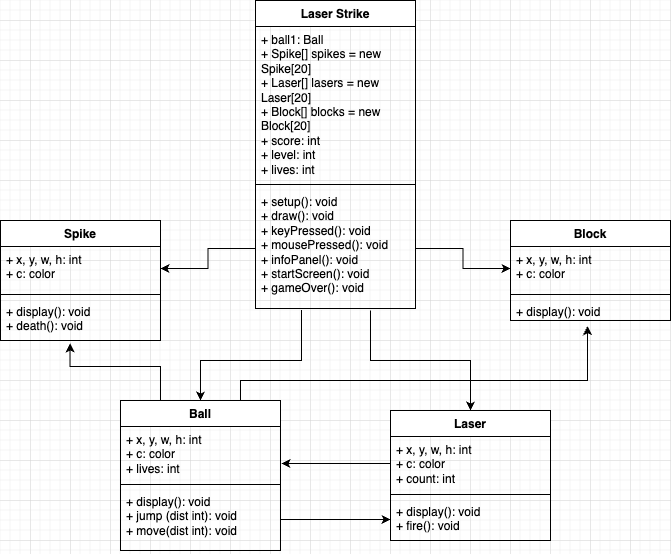
Before: images/LaserStrike.drawio.png, a diagram exported from draw.io (olmpyia/GroupProject). Source tidied: cells renumbered, new cells last; positions are measured from the earlier drawing's top-left corner, leaving out a move shared by most shapes. Source of this version:
```xml
<mxGraphModel>
  <root>
    <mxCell id="0" />
    <mxCell id="1" parent="0" />
    <mxCell id="2" value="Laser Strike" style="swimlane;fontStyle=1;align=center;verticalAlign=top;horizontal=1;startSize=26;whiteSpace=wrap;html=1;" parent="1" vertex="1">
      <mxGeometry x="255" width="160" height="308" as="geometry" />
    </mxCell>
    <mxCell id="3" value="+ ball1: Ball&lt;br&gt;+ Spike[] spikes = new Spike[20]&lt;br&gt;+ Laser[] lasers = new Laser[20]&lt;br&gt;+ Block[] blocks = new Block[20]&lt;br&gt;+ score: int&lt;br&gt;+ level: int&lt;br&gt;+ lives: int" style="text;strokeColor=none;fillColor=none;align=left;verticalAlign=top;spacingLeft=4;spacingRight=4;overflow=hidden;whiteSpace=wrap;html=1;" parent="2" vertex="1">
      <mxGeometry y="26" width="160" height="154" as="geometry" />
    </mxCell>
    <mxCell id="4" style="line;strokeWidth=1;fillColor=none;align=left;verticalAlign=middle;spacingTop=-1;spacingLeft=3;spacingRight=3;labelPosition=right;strokeColor=inherit;" parent="2" vertex="1">
      <mxGeometry y="180" width="160" height="8" as="geometry" />
    </mxCell>
    <mxCell id="5" value="+ setup(): void&lt;br&gt;+ draw(): void&lt;br&gt;+ keyPressed(): void&lt;br&gt;+ mousePressed(): void&lt;br&gt;+ infoPanel(): void&lt;br&gt;+ startScreen(): void&lt;br&gt;+ gameOver(): void" style="text;strokeColor=none;fillColor=none;align=left;verticalAlign=top;spacingLeft=4;spacingRight=4;overflow=hidden;points=[[0,0.5],[1,0.5]];portConstraint=eastwest;whiteSpace=wrap;html=1;" parent="2" vertex="1">
      <mxGeometry y="188" width="160" height="120" as="geometry" />
    </mxCell>
    <mxCell id="6" value="Ball" style="swimlane;fontStyle=1;align=center;verticalAlign=top;horizontal=1;startSize=26;whiteSpace=wrap;html=1;" parent="1" vertex="1">
      <mxGeometry x="120" y="400" width="160" height="150" as="geometry" />
    </mxCell>
    <mxCell id="7" value="+ x, y, w, h: int&lt;br&gt;+ c: color&lt;br&gt;+ lives: int" style="text;strokeColor=none;fillColor=none;align=left;verticalAlign=top;spacingLeft=4;spacingRight=4;overflow=hidden;points=[[0,0.5],[1,0.5]];portConstraint=eastwest;whiteSpace=wrap;html=1;" parent="6" vertex="1">
      <mxGeometry y="26" width="160" height="54" as="geometry" />
    </mxCell>
    <mxCell id="8" style="line;strokeWidth=1;fillColor=none;align=left;verticalAlign=middle;spacingTop=-1;spacingLeft=3;spacingRight=3;labelPosition=right;strokeColor=inherit;" parent="6" vertex="1">
      <mxGeometry y="80" width="160" height="8" as="geometry" />
    </mxCell>
    <mxCell id="9" value="+ display(): void&lt;br&gt;+ jump (dist int): void&lt;br&gt;+ move(dist int): void" style="text;strokeColor=none;fillColor=none;align=left;verticalAlign=top;spacingLeft=4;spacingRight=4;overflow=hidden;points=[[0,0.5],[1,0.5]];portConstraint=eastwest;whiteSpace=wrap;html=1;" parent="6" vertex="1">
      <mxGeometry y="88" width="160" height="62" as="geometry" />
    </mxCell>
    <mxCell id="10" value="Spike" style="swimlane;fontStyle=1;align=center;verticalAlign=top;horizontal=1;startSize=26;whiteSpace=wrap;html=1;" parent="1" vertex="1">
      <mxGeometry y="220" width="160" height="120" as="geometry" />
    </mxCell>
    <mxCell id="11" value="+ x, y, w, h: int&lt;br&gt;+ c: color" style="text;strokeColor=none;fillColor=none;align=left;verticalAlign=top;spacingLeft=4;spacingRight=4;overflow=hidden;points=[[0,0.5],[1,0.5]];portConstraint=eastwest;whiteSpace=wrap;html=1;" parent="10" vertex="1">
      <mxGeometry y="26" width="160" height="44" as="geometry" />
    </mxCell>
    <mxCell id="12" style="line;strokeWidth=1;fillColor=none;align=left;verticalAlign=middle;spacingTop=-1;spacingLeft=3;spacingRight=3;labelPosition=right;strokeColor=inherit;" parent="10" vertex="1">
      <mxGeometry y="70" width="160" height="8" as="geometry" />
    </mxCell>
    <mxCell id="13" value="+ display(): void&lt;br&gt;+ death(): void" style="text;strokeColor=none;fillColor=none;align=left;verticalAlign=top;spacingLeft=4;spacingRight=4;overflow=hidden;points=[[0,0.5],[1,0.5]];portConstraint=eastwest;whiteSpace=wrap;html=1;" parent="10" vertex="1">
      <mxGeometry y="78" width="160" height="42" as="geometry" />
    </mxCell>
    <mxCell id="14" value="Laser" style="swimlane;fontStyle=1;align=center;verticalAlign=top;horizontal=1;startSize=26;whiteSpace=wrap;html=1;" parent="1" vertex="1">
      <mxGeometry x="390" y="410" width="160" height="130" as="geometry" />
    </mxCell>
    <mxCell id="15" value="+ x, y, w, h: int&lt;br&gt;+ c: color&lt;br&gt;+ count: int" style="text;strokeColor=none;fillColor=none;align=left;verticalAlign=top;spacingLeft=4;spacingRight=4;overflow=hidden;points=[[0,0.5],[1,0.5]];portConstraint=eastwest;whiteSpace=wrap;html=1;" parent="14" vertex="1">
      <mxGeometry y="26" width="160" height="54" as="geometry" />
    </mxCell>
    <mxCell id="16" style="line;strokeWidth=1;fillColor=none;align=left;verticalAlign=middle;spacingTop=-1;spacingLeft=3;spacingRight=3;labelPosition=right;strokeColor=inherit;" parent="14" vertex="1">
      <mxGeometry y="80" width="160" height="8" as="geometry" />
    </mxCell>
    <mxCell id="17" value="+ display(): void&lt;br&gt;+ fire(): void" style="text;strokeColor=none;fillColor=none;align=left;verticalAlign=top;spacingLeft=4;spacingRight=4;overflow=hidden;points=[[0,0.5],[1,0.5]];portConstraint=eastwest;whiteSpace=wrap;html=1;" parent="14" vertex="1">
      <mxGeometry y="88" width="160" height="42" as="geometry" />
    </mxCell>
    <mxCell id="18" value="Block" style="swimlane;fontStyle=1;align=center;verticalAlign=top;horizontal=1;startSize=26;whiteSpace=wrap;html=1;" parent="1" vertex="1">
      <mxGeometry x="510" y="220" width="160" height="100" as="geometry" />
    </mxCell>
    <mxCell id="19" value="+ x, y, w, h: int&lt;br&gt;+ c: color" style="text;strokeColor=none;fillColor=none;align=left;verticalAlign=top;spacingLeft=4;spacingRight=4;overflow=hidden;points=[[0,0.5],[1,0.5]];portConstraint=eastwest;whiteSpace=wrap;html=1;" parent="18" vertex="1">
      <mxGeometry y="26" width="160" height="44" as="geometry" />
    </mxCell>
    <mxCell id="20" style="line;strokeWidth=1;fillColor=none;align=left;verticalAlign=middle;spacingTop=-1;spacingLeft=3;spacingRight=3;labelPosition=right;strokeColor=inherit;" parent="18" vertex="1">
      <mxGeometry y="70" width="160" height="8" as="geometry" />
    </mxCell>
    <mxCell id="21" value="+ display(): void" style="text;strokeColor=none;fillColor=none;align=left;verticalAlign=top;spacingLeft=4;spacingRight=4;overflow=hidden;points=[[0,0.5],[1,0.5]];portConstraint=eastwest;whiteSpace=wrap;html=1;" parent="18" vertex="1">
      <mxGeometry y="78" width="160" height="22" as="geometry" />
    </mxCell>
    <mxCell id="22" style="edgeStyle=orthogonalEdgeStyle;rounded=0;jettySize=auto;html=1;exitX=1;exitY=0.5;exitDx=0;exitDy=0;entryX=0;entryY=0.5;entryDx=0;entryDy=0;" parent="1" edge="1" source="5" target="19">
      <mxGeometry relative="1" as="geometry" />
    </mxCell>
    <mxCell id="23" style="edgeStyle=orthogonalEdgeStyle;rounded=0;jettySize=auto;html=1;exitX=0;exitY=0.5;exitDx=0;exitDy=0;entryX=1;entryY=0.5;entryDx=0;entryDy=0;" parent="1" edge="1" source="5" target="11">
      <mxGeometry relative="1" as="geometry" />
    </mxCell>
    <mxCell id="24" style="edgeStyle=orthogonalEdgeStyle;rounded=0;jettySize=auto;html=1;exitX=0.288;exitY=1.013;exitDx=0;exitDy=0;exitPerimeter=0;entryX=0.5;entryY=0;entryDx=0;entryDy=0;" parent="1" edge="1" source="5" target="6">
      <mxGeometry relative="1" as="geometry">
        <Array as="points">
          <mxPoint x="301" y="360" />
          <mxPoint x="200" y="360" />
        </Array>
      </mxGeometry>
    </mxCell>
    <mxCell id="25" style="edgeStyle=orthogonalEdgeStyle;rounded=0;jettySize=auto;html=1;entryX=0.5;entryY=0;entryDx=0;entryDy=0;" parent="1" edge="1" target="14">
      <mxGeometry relative="1" as="geometry">
        <mxPoint x="370" y="310" as="sourcePoint" />
        <Array as="points">
          <mxPoint x="370" y="360" />
          <mxPoint x="470" y="360" />
        </Array>
      </mxGeometry>
    </mxCell>
    <mxCell id="26" style="edgeStyle=orthogonalEdgeStyle;rounded=0;jettySize=auto;html=1;exitX=0.75;exitY=0;exitDx=0;exitDy=0;entryX=0.481;entryY=1.258;entryDx=0;entryDy=0;entryPerimeter=0;" parent="1" edge="1" source="6" target="21">
      <mxGeometry relative="1" as="geometry">
        <Array as="points">
          <mxPoint x="240" y="380" />
          <mxPoint x="587" y="380" />
        </Array>
      </mxGeometry>
    </mxCell>
    <mxCell id="27" style="edgeStyle=orthogonalEdgeStyle;rounded=0;jettySize=auto;html=1;exitX=0.25;exitY=0;exitDx=0;exitDy=0;entryX=0.435;entryY=1.071;entryDx=0;entryDy=0;entryPerimeter=0;" parent="1" edge="1" source="6" target="13">
      <mxGeometry relative="1" as="geometry">
        <Array as="points">
          <mxPoint x="160" y="366" />
          <mxPoint x="70" y="366" />
        </Array>
      </mxGeometry>
    </mxCell>
    <mxCell id="28" style="edgeStyle=orthogonalEdgeStyle;rounded=0;jettySize=auto;html=1;exitX=0;exitY=0.5;exitDx=0;exitDy=0;entryX=1.006;entryY=0.685;entryDx=0;entryDy=0;entryPerimeter=0;" parent="1" edge="1" source="15" target="7">
      <mxGeometry relative="1" as="geometry" />
    </mxCell>
    <mxCell id="29" style="edgeStyle=orthogonalEdgeStyle;rounded=0;jettySize=auto;html=1;exitX=1;exitY=0.5;exitDx=0;exitDy=0;entryX=0;entryY=0.5;entryDx=0;entryDy=0;" parent="1" edge="1" source="9" target="17">
      <mxGeometry relative="1" as="geometry" />
    </mxCell>
  </root>
</mxGraphModel>
```
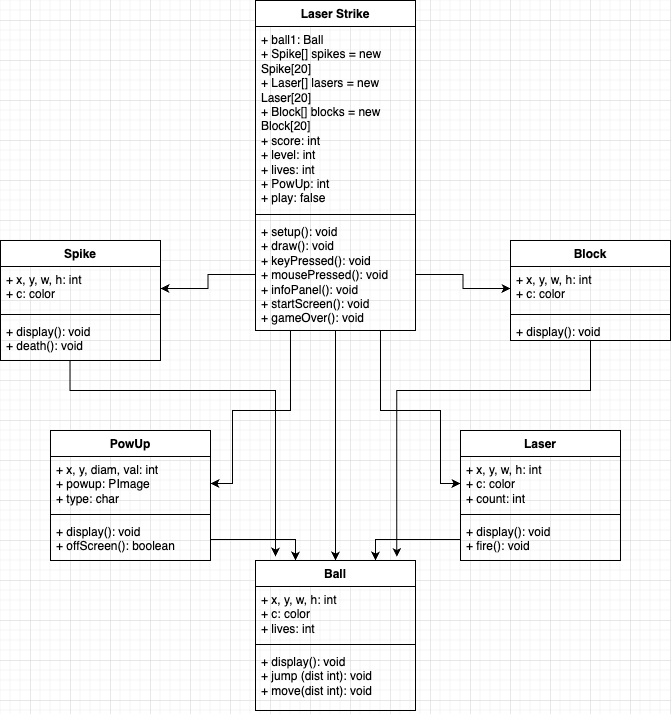
Later version of the same file.

Diff of the diagram source:
```diff
@@ -3,19 +3,28 @@
     <mxCell id="0" />
     <mxCell id="1" parent="0" />
     <mxCell id="2" value="Laser Strike" style="swimlane;fontStyle=1;align=center;verticalAlign=top;horizontal=1;startSize=26;whiteSpace=wrap;html=1;" parent="1" vertex="1">
-      <mxGeometry x="255" width="160" height="308" as="geometry" />
+      <mxGeometry x="255" y="-120" width="160" height="330" as="geometry" />
     </mxCell>
-    <mxCell id="3" value="+ ball1: Ball&lt;br&gt;+ Spike[] spikes = new Spike[20]&lt;br&gt;+ Laser[] lasers = new Laser[20]&lt;br&gt;+ Block[] blocks = new Block[20]&lt;br&gt;+ score: int&lt;br&gt;+ level: int&lt;br&gt;+ lives: int" style="text;strokeColor=none;fillColor=none;align=left;verticalAlign=top;spacingLeft=4;spacingRight=4;overflow=hidden;whiteSpace=wrap;html=1;" parent="2" vertex="1">
-      <mxGeometry y="26" width="160" height="154" as="geometry" />
+    <mxCell id="3" value="+ ball1: Ball&lt;br&gt;+ Spike[] spikes = new Spike[20]&lt;br&gt;+ Laser[] lasers = new Laser[20]&lt;br&gt;+ Block[] blocks = new Block[20]&lt;br&gt;+ score: int&lt;br&gt;+ level: int&lt;br&gt;+ lives: int&lt;br&gt;+ PowUp: int&lt;br&gt;+ play: false&lt;br&gt;" style="text;strokeColor=none;fillColor=none;align=left;verticalAlign=top;spacingLeft=4;spacingRight=4;overflow=hidden;whiteSpace=wrap;html=1;" parent="2" vertex="1">
+      <mxGeometry y="26" width="160" height="184" as="geometry" />
     </mxCell>
     <mxCell id="4" style="line;strokeWidth=1;fillColor=none;align=left;verticalAlign=middle;spacingTop=-1;spacingLeft=3;spacingRight=3;labelPosition=right;strokeColor=inherit;" parent="2" vertex="1">
-      <mxGeometry y="180" width="160" height="8" as="geometry" />
+      <mxGeometry y="210" width="160" height="8" as="geometry" />
     </mxCell>
     <mxCell id="5" value="+ setup(): void&lt;br&gt;+ draw(): void&lt;br&gt;+ keyPressed(): void&lt;br&gt;+ mousePressed(): void&lt;br&gt;+ infoPanel(): void&lt;br&gt;+ startScreen(): void&lt;br&gt;+ gameOver(): void" style="text;strokeColor=none;fillColor=none;align=left;verticalAlign=top;spacingLeft=4;spacingRight=4;overflow=hidden;points=[[0,0.5],[1,0.5]];portConstraint=eastwest;whiteSpace=wrap;html=1;" parent="2" vertex="1">
-      <mxGeometry y="188" width="160" height="120" as="geometry" />
+      <mxGeometry y="218" width="160" height="112" as="geometry" />
     </mxCell>
+    <mxCell id="30" style="edgeStyle=orthogonalEdgeStyle;rounded=0;jettySize=auto;html=1;entryX=0.5;entryY=0;entryDx=0;entryDy=0;" parent="1" edge="1" target="6">
+      <mxGeometry relative="1" as="geometry">
+        <mxPoint x="335" y="210" as="sourcePoint" />
+        <Array as="points">
+          <mxPoint x="335" y="270" />
+          <mxPoint x="335" y="270" />
+        </Array>
+      </mxGeometry>
+    </mxCell>
     <mxCell id="6" value="Ball" style="swimlane;fontStyle=1;align=center;verticalAlign=top;horizontal=1;startSize=26;whiteSpace=wrap;html=1;" parent="1" vertex="1">
-      <mxGeometry x="120" y="400" width="160" height="150" as="geometry" />
+      <mxGeometry x="255" y="440" width="160" height="150" as="geometry" />
     </mxCell>
     <mxCell id="7" value="+ x, y, w, h: int&lt;br&gt;+ c: color&lt;br&gt;+ lives: int" style="text;strokeColor=none;fillColor=none;align=left;verticalAlign=top;spacingLeft=4;spacingRight=4;overflow=hidden;points=[[0,0.5],[1,0.5]];portConstraint=eastwest;whiteSpace=wrap;html=1;" parent="6" vertex="1">
       <mxGeometry y="26" width="160" height="54" as="geometry" />
@@ -27,7 +36,7 @@
       <mxGeometry y="88" width="160" height="62" as="geometry" />
     </mxCell>
     <mxCell id="10" value="Spike" style="swimlane;fontStyle=1;align=center;verticalAlign=top;horizontal=1;startSize=26;whiteSpace=wrap;html=1;" parent="1" vertex="1">
-      <mxGeometry y="220" width="160" height="120" as="geometry" />
+      <mxGeometry y="120" width="160" height="120" as="geometry" />
     </mxCell>
     <mxCell id="11" value="+ x, y, w, h: int&lt;br&gt;+ c: color" style="text;strokeColor=none;fillColor=none;align=left;verticalAlign=top;spacingLeft=4;spacingRight=4;overflow=hidden;points=[[0,0.5],[1,0.5]];portConstraint=eastwest;whiteSpace=wrap;html=1;" parent="10" vertex="1">
       <mxGeometry y="26" width="160" height="44" as="geometry" />
@@ -39,8 +48,18 @@
       <mxGeometry y="78" width="160" height="42" as="geometry" />
     </mxCell>
     <mxCell id="14" value="Laser" style="swimlane;fontStyle=1;align=center;verticalAlign=top;horizontal=1;startSize=26;whiteSpace=wrap;html=1;" parent="1" vertex="1">
-      <mxGeometry x="390" y="410" width="160" height="130" as="geometry" />
+      <mxGeometry x="460" y="310" width="160" height="130" as="geometry" />
     </mxCell>
+    <mxCell id="31" style="edgeStyle=orthogonalEdgeStyle;rounded=0;jettySize=auto;html=1;entryX=0;entryY=0.5;entryDx=0;entryDy=0;" parent="14" edge="1" target="15">
+      <mxGeometry relative="1" as="geometry">
+        <mxPoint x="-80" y="-100" as="sourcePoint" />
+        <Array as="points">
+          <mxPoint x="-80" y="-20" />
+          <mxPoint x="-20" y="-20" />
+          <mxPoint x="-20" y="53" />
+        </Array>
+      </mxGeometry>
+    </mxCell>
     <mxCell id="15" value="+ x, y, w, h: int&lt;br&gt;+ c: color&lt;br&gt;+ count: int" style="text;strokeColor=none;fillColor=none;align=left;verticalAlign=top;spacingLeft=4;spacingRight=4;overflow=hidden;points=[[0,0.5],[1,0.5]];portConstraint=eastwest;whiteSpace=wrap;html=1;" parent="14" vertex="1">
       <mxGeometry y="26" width="160" height="54" as="geometry" />
     </mxCell>
@@ -51,7 +70,7 @@
       <mxGeometry y="88" width="160" height="42" as="geometry" />
     </mxCell>
     <mxCell id="18" value="Block" style="swimlane;fontStyle=1;align=center;verticalAlign=top;horizontal=1;startSize=26;whiteSpace=wrap;html=1;" parent="1" vertex="1">
-      <mxGeometry x="510" y="220" width="160" height="100" as="geometry" />
+      <mxGeometry x="510" y="120" width="160" height="100" as="geometry" />
     </mxCell>
     <mxCell id="19" value="+ x, y, w, h: int&lt;br&gt;+ c: color" style="text;strokeColor=none;fillColor=none;align=left;verticalAlign=top;spacingLeft=4;spacingRight=4;overflow=hidden;points=[[0,0.5],[1,0.5]];portConstraint=eastwest;whiteSpace=wrap;html=1;" parent="18" vertex="1">
       <mxGeometry y="26" width="160" height="44" as="geometry" />
@@ -68,44 +87,51 @@
     <mxCell id="23" style="edgeStyle=orthogonalEdgeStyle;rounded=0;jettySize=auto;html=1;exitX=0;exitY=0.5;exitDx=0;exitDy=0;entryX=1;entryY=0.5;entryDx=0;entryDy=0;" parent="1" edge="1" source="5" target="11">
       <mxGeometry relative="1" as="geometry" />
     </mxCell>
-    <mxCell id="24" style="edgeStyle=orthogonalEdgeStyle;rounded=0;jettySize=auto;html=1;exitX=0.288;exitY=1.013;exitDx=0;exitDy=0;exitPerimeter=0;entryX=0.5;entryY=0;entryDx=0;entryDy=0;" parent="1" edge="1" source="5" target="6">
-      <mxGeometry relative="1" as="geometry">
-        <Array as="points">
-          <mxPoint x="301" y="360" />
-          <mxPoint x="200" y="360" />
-        </Array>
-      </mxGeometry>
-    </mxCell>
-    <mxCell id="25" style="edgeStyle=orthogonalEdgeStyle;rounded=0;jettySize=auto;html=1;entryX=0.5;entryY=0;entryDx=0;entryDy=0;" parent="1" edge="1" target="14">
-      <mxGeometry relative="1" as="geometry">
-        <mxPoint x="370" y="310" as="sourcePoint" />
-        <Array as="points">
-          <mxPoint x="370" y="360" />
-          <mxPoint x="470" y="360" />
-        </Array>
-      </mxGeometry>
-    </mxCell>
-    <mxCell id="26" style="edgeStyle=orthogonalEdgeStyle;rounded=0;jettySize=auto;html=1;exitX=0.75;exitY=0;exitDx=0;exitDy=0;entryX=0.481;entryY=1.258;entryDx=0;entryDy=0;entryPerimeter=0;" parent="1" edge="1" source="6" target="21">
-      <mxGeometry relative="1" as="geometry">
-        <Array as="points">
-          <mxPoint x="240" y="380" />
-          <mxPoint x="587" y="380" />
-        </Array>
-      </mxGeometry>
-    </mxCell>
-    <mxCell id="27" style="edgeStyle=orthogonalEdgeStyle;rounded=0;jettySize=auto;html=1;exitX=0.25;exitY=0;exitDx=0;exitDy=0;entryX=0.435;entryY=1.071;entryDx=0;entryDy=0;entryPerimeter=0;" parent="1" edge="1" source="6" target="13">
-      <mxGeometry relative="1" as="geometry">
-        <Array as="points">
-          <mxPoint x="160" y="366" />
-          <mxPoint x="70" y="366" />
-        </Array>
-      </mxGeometry>
-    </mxCell>
-    <mxCell id="28" style="edgeStyle=orthogonalEdgeStyle;rounded=0;jettySize=auto;html=1;exitX=0;exitY=0.5;exitDx=0;exitDy=0;entryX=1.006;entryY=0.685;entryDx=0;entryDy=0;entryPerimeter=0;" parent="1" edge="1" source="15" target="7">
-      <mxGeometry relative="1" as="geometry" />
-    </mxCell>
-    <mxCell id="29" style="edgeStyle=orthogonalEdgeStyle;rounded=0;jettySize=auto;html=1;exitX=1;exitY=0.5;exitDx=0;exitDy=0;entryX=0;entryY=0.5;entryDx=0;entryDy=0;" parent="1" edge="1" source="9" target="17">
-      <mxGeometry relative="1" as="geometry" />
-    </mxCell>
+    <mxCell id="32" value="PowUp" style="swimlane;fontStyle=1;align=center;verticalAlign=top;horizontal=1;startSize=26;whiteSpace=wrap;html=1;" parent="1" vertex="1">
+      <mxGeometry x="50" y="310" width="160" height="130" as="geometry" />
+    </mxCell>
+    <mxCell id="33" value="+ x, y, diam, val: int&lt;br&gt;+ powup: PImage&lt;br&gt;+ type: char" style="text;strokeColor=none;fillColor=none;align=left;verticalAlign=top;spacingLeft=4;spacingRight=4;overflow=hidden;points=[[0,0.5],[1,0.5]];portConstraint=eastwest;whiteSpace=wrap;html=1;" parent="32" vertex="1">
+      <mxGeometry y="26" width="160" height="54" as="geometry" />
+    </mxCell>
+    <mxCell id="34" style="line;strokeWidth=1;fillColor=none;align=left;verticalAlign=middle;spacingTop=-1;spacingLeft=3;spacingRight=3;labelPosition=right;strokeColor=inherit;" parent="32" vertex="1">
+      <mxGeometry y="80" width="160" height="8" as="geometry" />
+    </mxCell>
+    <mxCell id="35" value="+ display(): void&lt;br&gt;+ offScreen(): boolean" style="text;strokeColor=none;fillColor=none;align=left;verticalAlign=top;spacingLeft=4;spacingRight=4;overflow=hidden;points=[[0,0.5],[1,0.5]];portConstraint=eastwest;whiteSpace=wrap;html=1;" parent="32" vertex="1">
+      <mxGeometry y="88" width="160" height="42" as="geometry" />
+    </mxCell>
+    <mxCell id="36" style="edgeStyle=orthogonalEdgeStyle;rounded=0;jettySize=auto;html=1;exitX=0;exitY=0.5;exitDx=0;exitDy=0;entryX=0.75;entryY=0;entryDx=0;entryDy=0;" parent="1" edge="1" source="17" target="6">
+      <mxGeometry relative="1" as="geometry" />
+    </mxCell>
+    <mxCell id="37" style="edgeStyle=orthogonalEdgeStyle;rounded=0;jettySize=auto;html=1;exitX=1;exitY=0.5;exitDx=0;exitDy=0;entryX=0.25;entryY=0;entryDx=0;entryDy=0;" parent="1" edge="1" source="35" target="6">
+      <mxGeometry relative="1" as="geometry" />
+    </mxCell>
+    <mxCell id="38" style="edgeStyle=orthogonalEdgeStyle;rounded=0;jettySize=auto;html=1;entryX=0.125;entryY=-0.033;entryDx=0;entryDy=0;entryPerimeter=0;exitX=0.435;exitY=1.008;exitDx=0;exitDy=0;exitPerimeter=0;" parent="1" edge="1" source="13">
+      <mxGeometry relative="1" as="geometry">
+        <mxPoint x="275" y="436" as="targetPoint" />
+        <Array as="points">
+          <mxPoint x="70" y="270" />
+          <mxPoint x="275" y="270" />
+        </Array>
+      </mxGeometry>
+    </mxCell>
+    <mxCell id="39" style="edgeStyle=orthogonalEdgeStyle;rounded=0;jettySize=auto;html=1;entryX=0.883;entryY=-0.024;entryDx=0;entryDy=0;entryPerimeter=0;" parent="1" edge="1" source="21" target="6">
+      <mxGeometry relative="1" as="geometry">
+        <Array as="points">
+          <mxPoint x="590" y="270" />
+          <mxPoint x="396" y="270" />
+        </Array>
+      </mxGeometry>
+    </mxCell>
+    <mxCell id="40" style="edgeStyle=orthogonalEdgeStyle;rounded=0;jettySize=auto;html=1;entryX=1;entryY=0.5;entryDx=0;entryDy=0;" parent="1" edge="1" target="33">
+      <mxGeometry relative="1" as="geometry">
+        <mxPoint x="290" y="210" as="sourcePoint" />
+        <Array as="points">
+          <mxPoint x="290" y="215" />
+          <mxPoint x="290" y="290" />
+          <mxPoint x="232" y="290" />
+          <mxPoint x="232" y="363" />
+        </Array>
+      </mxGeometry>
+    </mxCell>
   </root>
 </mxGraphModel>
```
